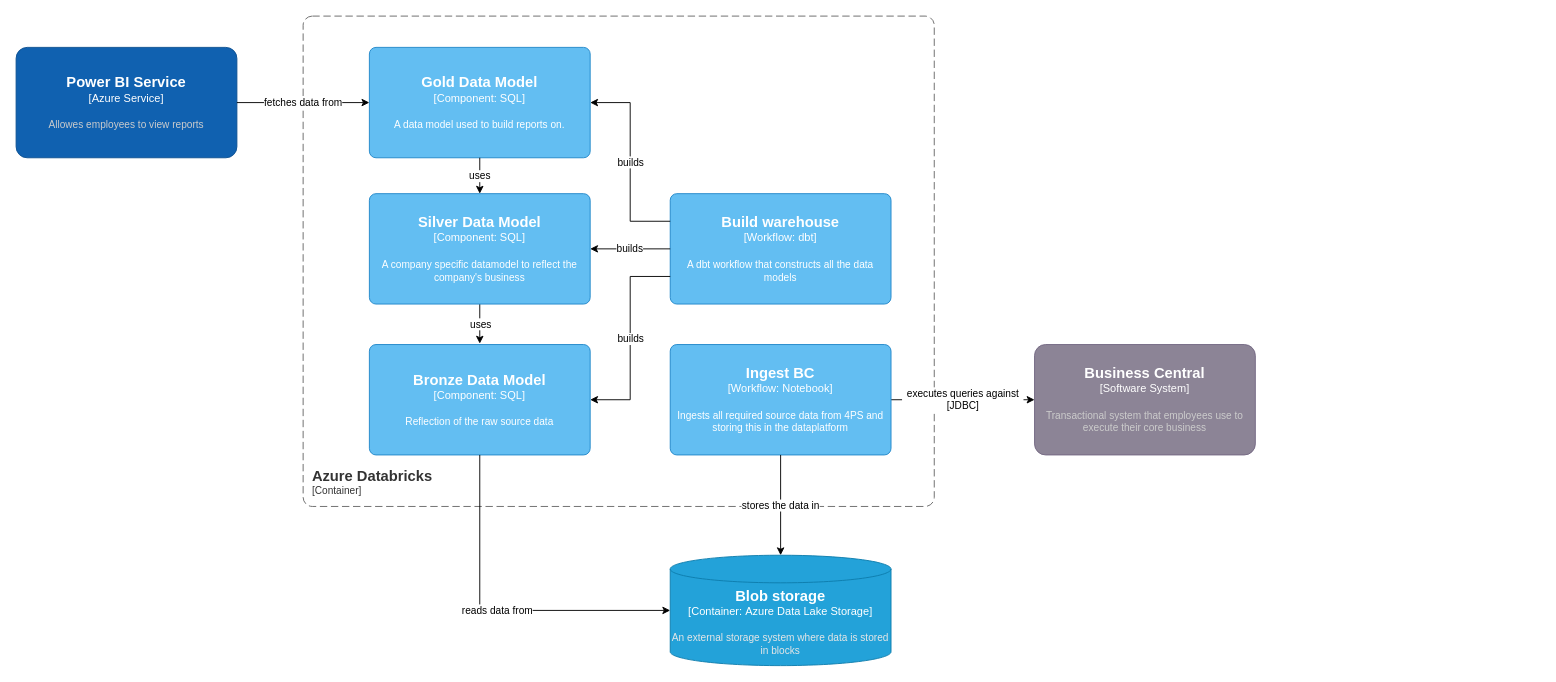
Before: page "1.1.1 Azure Databricks" (3 of 4) of Dataplatform Model.drawio in ferdyh/c4, a draw.io diagram. Source tidied: cells renumbered, new cells numbered last; positions are measured from the earlier drawing's top-left corner, leaving out a move shared by most shapes. Both pictures are drawn from the tidied source at 92%, with x=0, y=0 at pixel (16, 16).
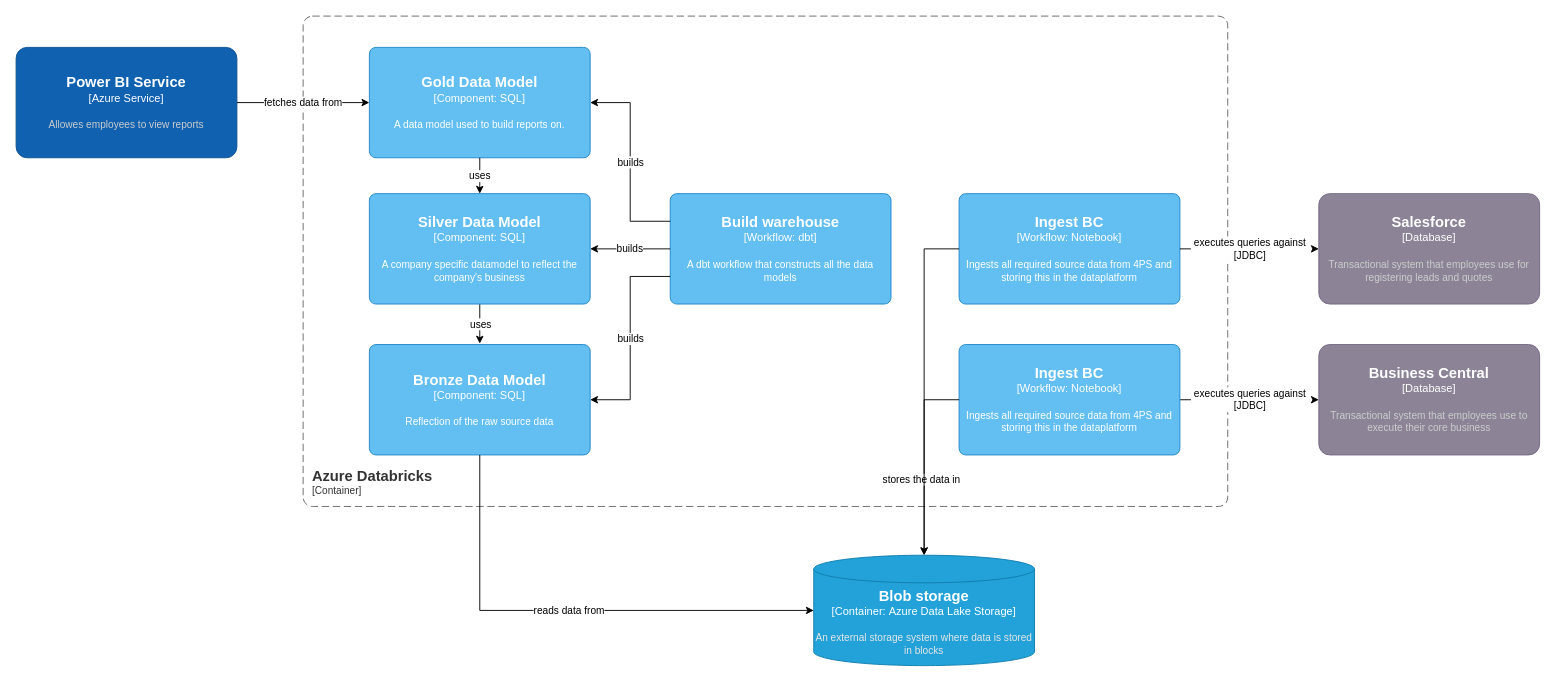
Above is the later version.

The edit, as a diff of the source:
```diff
@@
     <object id="2" label="&lt;font style=&quot;font-size: 16px&quot;&gt;&lt;b&gt;&lt;div style=&quot;text-align: left&quot;&gt;%c4Name%&lt;/div&gt;&lt;/b&gt;&lt;/font&gt;&lt;div style=&quot;text-align: left&quot;&gt;[%c4Application%]&lt;/div&gt;" c4Application="Container" c4Name="Azure Databricks" placeholders="1">
       <mxCell style="rounded=1;fontSize=11;whiteSpace=wrap;html=1;dashed=1;arcSize=20;fillColor=none;strokeColor=#666666;fontColor=#333333;labelBackgroundColor=none;align=left;verticalAlign=bottom;labelBorderColor=none;spacingTop=0;spacing=10;dashPattern=8 4;perimeter=rectanglePerimeter;noLabel=0;labelPadding=0;absoluteArcSize=1;" parent="1" vertex="1">
-        <mxGeometry x="312" width="686" height="533" as="geometry" />
+        <mxGeometry x="312" width="1005" height="533" as="geometry" />
       </mxCell>
     </object>
@@
     <object id="4" label="&lt;font style=&quot;font-size: 16px&quot;&gt;&lt;b&gt;%c4Name%&lt;/b&gt;&lt;/font&gt;&lt;div&gt;[%c4Type%: %c4Technology%]&lt;/div&gt;&lt;br&gt;&lt;div&gt;&lt;font style=&quot;font-size: 11px&quot;&gt;%c4Description%&lt;/font&gt;&lt;/div&gt;" c4Description="Ingests all required source data from 4PS and storing this in the dataplatform" c4Name="Ingest BC" c4Technology="Notebook" c4Type="Workflow" placeholders="1">
       <mxCell style="rounded=1;whiteSpace=wrap;html=1;labelBackgroundColor=none;fillColor=#63BEF2;fontColor=#ffffff;align=center;arcSize=6;strokeColor=#2086C9;points=[[0.25,0,0],[0.5,0,0],[0.75,0,0],[1,0.25,0],[1,0.5,0],[1,0.75,0],[0.75,1,0],[0.5,1,0],[0.25,1,0],[0,0.75,0],[0,0.5,0],[0,0.25,0]];" parent="1" vertex="1">
-        <mxGeometry x="711" y="357" width="240" height="120" as="geometry" />
+        <mxGeometry x="1025" y="357" width="240" height="120" as="geometry" />
       </mxCell>
     </object>
-    <object id="5" label="&lt;font style=&quot;font-size: 16px&quot;&gt;&lt;b&gt;%c4Name%&lt;/b&gt;&lt;/font&gt;&lt;div&gt;[%c4Type%]&lt;/div&gt;&lt;br&gt;&lt;div&gt;&lt;font style=&quot;font-size: 11px&quot;&gt;&lt;font color=&quot;#cccccc&quot;&gt;%c4Description%&lt;/font&gt;&lt;/div&gt;" c4Description="Transactional system that employees use to execute their core business" c4Name="Business Central" c4Type="Software System" placeholders="1">
+    <object id="5" label="&lt;font style=&quot;font-size: 16px&quot;&gt;&lt;b&gt;%c4Name%&lt;/b&gt;&lt;/font&gt;&lt;div&gt;[%c4Type%]&lt;/div&gt;&lt;br&gt;&lt;div&gt;&lt;font style=&quot;font-size: 11px&quot;&gt;&lt;font color=&quot;#cccccc&quot;&gt;%c4Description%&lt;/font&gt;&lt;/div&gt;" c4Description="Transactional system that employees use to execute their core business" c4Name="Business Central" c4Type="Database" placeholders="1">
       <mxCell style="rounded=1;whiteSpace=wrap;html=1;labelBackgroundColor=none;fillColor=#8C8496;fontColor=#ffffff;align=center;arcSize=10;strokeColor=#736782;points=[[0.25,0,0],[0.5,0,0],[0.75,0,0],[1,0.25,0],[1,0.5,0],[1,0.75,0],[0.75,1,0],[0.5,1,0],[0.25,1,0],[0,0.75,0],[0,0.5,0],[0,0.25,0]];" parent="1" vertex="1">
-        <mxGeometry x="1107" y="357" width="240" height="120" as="geometry" />
+        <mxGeometry x="1416" y="357" width="240" height="120" as="geometry" />
       </mxCell>
     </object>
     <object id="6" label="&lt;font style=&quot;font-size: 16px&quot;&gt;&lt;b&gt;%c4Type%&lt;/b&gt;&lt;/font&gt;&lt;div&gt;[%c4Container%:&amp;nbsp;%c4Technology%]&lt;/div&gt;&lt;br&gt;&lt;div&gt;&lt;font style=&quot;font-size: 11px&quot;&gt;&lt;font color=&quot;#E6E6E6&quot;&gt;%c4Description%&lt;/font&gt;&lt;/div&gt;" c4Container="Container" c4Description="An external storage system where data is stored in blocks" c4Technology="Azure Data Lake Storage" c4Type="Blob storage" placeholders="1">
       <mxCell style="shape=cylinder3;size=15;whiteSpace=wrap;html=1;boundedLbl=1;rounded=0;labelBackgroundColor=none;fillColor=#23A2D9;fontSize=12;fontColor=#ffffff;align=center;strokeColor=#0E7DAD;points=[[0.5,0,0],[1,0.25,0],[1,0.5,0],[1,0.75,0],[0.5,1,0],[0,0.75,0],[0,0.5,0],[0,0.25,0]];" parent="1" vertex="1">
-        <mxGeometry x="711" y="586" width="240" height="120" as="geometry" />
+        <mxGeometry x="867" y="586" width="240" height="120" as="geometry" />
       </mxCell>
     </object>
-    <mxCell id="7" value="stores the data in" style="edgeStyle=orthogonalEdgeStyle;rounded=0;jettySize=auto;html=1;exitX=0.5;exitY=1;exitDx=0;exitDy=0;exitPerimeter=0;entryX=0.5;entryY=0;entryDx=0;entryDy=0;entryPerimeter=0;" parent="1" edge="1" source="4" target="6">
-      <mxGeometry relative="1" as="geometry" />
+    <mxCell id="7" value="stores the data in" style="edgeStyle=orthogonalEdgeStyle;rounded=0;jettySize=auto;html=1;exitX=0;exitY=0.5;exitDx=0;exitDy=0;exitPerimeter=0;entryX=0.5;entryY=0;entryDx=0;entryDy=0;entryPerimeter=0;" parent="1" edge="1" source="4" target="6">
+      <mxGeometry x="0.21" y="-3" relative="1" as="geometry" />
     </mxCell>
@@
+    <object id="20" label="&lt;font style=&quot;font-size: 16px&quot;&gt;&lt;b&gt;%c4Name%&lt;/b&gt;&lt;/font&gt;&lt;div&gt;[%c4Type%]&lt;/div&gt;&lt;br&gt;&lt;div&gt;&lt;font style=&quot;font-size: 11px&quot;&gt;&lt;font color=&quot;#cccccc&quot;&gt;%c4Description%&lt;/font&gt;&lt;/div&gt;" c4Description="Transactional system that employees use for registering leads and quotes" c4Name="Salesforce" c4Type="Database" placeholders="1">
+      <mxCell style="rounded=1;whiteSpace=wrap;html=1;labelBackgroundColor=none;fillColor=#8C8496;fontColor=#ffffff;align=center;arcSize=10;strokeColor=#736782;points=[[0.25,0,0],[0.5,0,0],[0.75,0,0],[1,0.25,0],[1,0.5,0],[1,0.75,0],[0.75,1,0],[0.5,1,0],[0.25,1,0],[0,0.75,0],[0,0.5,0],[0,0.25,0]];" parent="1" vertex="1">
+        <mxGeometry x="1416" y="193" width="240" height="120" as="geometry" />
+      </mxCell>
+    </object>
+    <object id="21" label="&lt;font style=&quot;font-size: 16px&quot;&gt;&lt;b&gt;%c4Name%&lt;/b&gt;&lt;/font&gt;&lt;div&gt;[%c4Type%: %c4Technology%]&lt;/div&gt;&lt;br&gt;&lt;div&gt;&lt;font style=&quot;font-size: 11px&quot;&gt;%c4Description%&lt;/font&gt;&lt;/div&gt;" c4Description="Ingests all required source data from 4PS and storing this in the dataplatform" c4Name="Ingest BC" c4Technology="Notebook" c4Type="Workflow" placeholders="1">
+      <mxCell style="rounded=1;whiteSpace=wrap;html=1;labelBackgroundColor=none;fillColor=#63BEF2;fontColor=#ffffff;align=center;arcSize=6;strokeColor=#2086C9;points=[[0.25,0,0],[0.5,0,0],[0.75,0,0],[1,0.25,0],[1,0.5,0],[1,0.75,0],[0.75,1,0],[0.5,1,0],[0.25,1,0],[0,0.75,0],[0,0.5,0],[0,0.25,0]];" parent="1" vertex="1">
+        <mxGeometry x="1025" y="193" width="240" height="120" as="geometry" />
+      </mxCell>
+    </object>
+    <mxCell id="22" value="executes queries against&lt;div&gt;[JDBC]&lt;/div&gt;" style="edgeStyle=orthogonalEdgeStyle;rounded=0;jettySize=auto;html=1;exitX=1;exitY=0.5;exitDx=0;exitDy=0;exitPerimeter=0;dashed=1;dashPattern=12 12;entryX=0;entryY=0.5;entryDx=0;entryDy=0;entryPerimeter=0;" parent="1" edge="1" source="21" target="20">
+      <mxGeometry relative="1" as="geometry" />
+    </mxCell>
+    <mxCell id="23" style="edgeStyle=orthogonalEdgeStyle;rounded=0;jettySize=auto;html=1;exitX=0;exitY=0.5;exitDx=0;exitDy=0;exitPerimeter=0;entryX=0.5;entryY=0;entryDx=0;entryDy=0;entryPerimeter=0;" parent="1" edge="1" source="21" target="6">
+      <mxGeometry relative="1" as="geometry" />
+    </mxCell>
```
